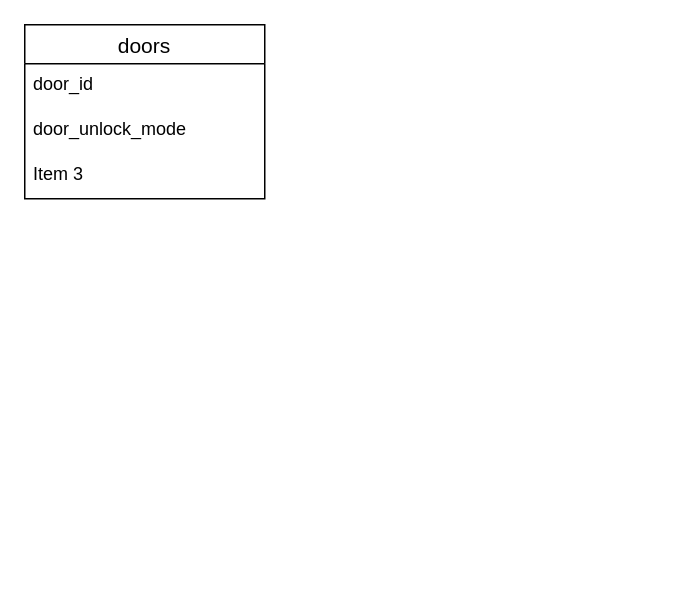
Earlier version of the draw.io diagram architecture.drawio (JoeBenczarski/ECE695). Source tidied: cells renumbered, new cells numbered last; positions are measured from the earlier drawing's top-left corner, leaving out a move shared by most shapes. Both pictures are drawn from the tidied source at 150%, with x=0, y=0 at pixel (24, 24).
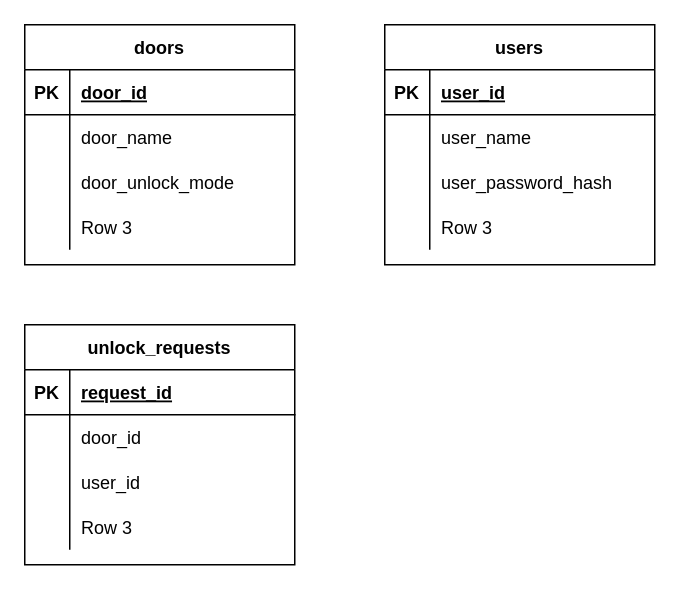
The same diagram, later.

The edit, as a diff of the source:
```diff
@@
-    <mxCell id="2" value="doors" style="swimlane;fontStyle=0;horizontal=1;startSize=26;align=center;fontSize=14;" parent="1" vertex="1">
-      <mxGeometry width="160" height="116" as="geometry" />
+    <mxCell id="2" value="doors" style="shape=table;startSize=30;childLayout=tableLayout;rowLines=0;fontStyle=1;align=center;" parent="1" vertex="1">
+      <mxGeometry width="180" height="160" as="geometry" />
     </mxCell>
-    <mxCell id="3" value="door_id" style="text;strokeColor=none;fillColor=none;spacingLeft=4;spacingRight=4;overflow=hidden;fontSize=12;" parent="2" vertex="1">
-      <mxGeometry y="26" width="160" height="30" as="geometry" />
-    </mxCell>
+    <mxCell id="6" style="shape=tableRow;horizontal=0;startSize=0;swimlaneHead=0;swimlaneBody=0;fillColor=none;top=0;left=0;right=0;bottom=1;" parent="2" vertex="1">
+      <mxGeometry y="30" width="180" height="30" as="geometry" />
+    </mxCell>
+    <mxCell id="7" value="PK" style="shape=partialRectangle;fillColor=none;top=0;left=0;bottom=0;right=0;fontStyle=1;overflow=hidden;" parent="6" vertex="1">
+      <mxGeometry width="30" height="30" as="geometry" />
+    </mxCell>
+    <mxCell id="8" value="door_id" style="shape=partialRectangle;fillColor=none;top=0;left=0;bottom=0;right=0;align=left;spacingLeft=6;fontStyle=5;overflow=hidden;" parent="6" vertex="1">
+      <mxGeometry x="30" width="150" height="30" as="geometry" />
+    </mxCell>
+    <mxCell id="9" style="shape=tableRow;horizontal=0;startSize=0;swimlaneHead=0;swimlaneBody=0;fillColor=none;top=0;left=0;right=0;bottom=0;" parent="2" vertex="1">
+      <mxGeometry y="60" width="180" height="30" as="geometry" />
+    </mxCell>
+    <mxCell id="10" style="shape=partialRectangle;fillColor=none;top=0;left=0;bottom=0;right=0;overflow=hidden;" parent="9" vertex="1">
+      <mxGeometry width="30" height="30" as="geometry" />
+    </mxCell>
+    <mxCell id="11" value="door_name" style="shape=partialRectangle;fillColor=none;top=0;left=0;bottom=0;right=0;align=left;spacingLeft=6;overflow=hidden;" parent="9" vertex="1">
+      <mxGeometry x="30" width="150" height="30" as="geometry" />
+    </mxCell>
+    <mxCell id="12" style="shape=tableRow;horizontal=0;startSize=0;swimlaneHead=0;swimlaneBody=0;fillColor=none;top=0;left=0;right=0;bottom=0;" parent="2" vertex="1">
+      <mxGeometry y="90" width="180" height="30" as="geometry" />
+    </mxCell>
+    <mxCell id="13" style="shape=partialRectangle;fillColor=none;top=0;left=0;bottom=0;right=0;overflow=hidden;" parent="12" vertex="1">
+      <mxGeometry width="30" height="30" as="geometry" />
+    </mxCell>
-    <mxCell id="4" value="door_unlock_mode" style="text;strokeColor=none;fillColor=none;spacingLeft=4;spacingRight=4;overflow=hidden;fontSize=12;" parent="2" vertex="1">
-      <mxGeometry y="56" width="160" height="30" as="geometry" />
+    <mxCell id="4" value="door_unlock_mode" style="shape=partialRectangle;fillColor=none;top=0;left=0;bottom=0;right=0;align=left;spacingLeft=6;overflow=hidden;" parent="12" vertex="1">
+      <mxGeometry x="30" width="150" height="30" as="geometry" />
     </mxCell>
-    <mxCell id="5" value="Item 3" style="text;strokeColor=none;fillColor=none;spacingLeft=4;spacingRight=4;overflow=hidden;fontSize=12;" parent="2" vertex="1">
-      <mxGeometry y="86" width="160" height="30" as="geometry" />
-    </mxCell>
+    <mxCell id="14" style="shape=tableRow;horizontal=0;startSize=0;swimlaneHead=0;swimlaneBody=0;fillColor=none;top=0;left=0;right=0;bottom=0;" parent="2" vertex="1">
+      <mxGeometry y="120" width="180" height="30" as="geometry" />
+    </mxCell>
+    <mxCell id="15" style="shape=partialRectangle;fillColor=none;top=0;left=0;bottom=0;right=0;overflow=hidden;" parent="14" vertex="1">
+      <mxGeometry width="30" height="30" as="geometry" />
+    </mxCell>
+    <mxCell id="16" value="Row 3" style="shape=partialRectangle;fillColor=none;top=0;left=0;bottom=0;right=0;align=left;spacingLeft=6;overflow=hidden;" parent="14" vertex="1">
+      <mxGeometry x="30" width="150" height="30" as="geometry" />
+    </mxCell>
+    <mxCell id="17" value="unlock_requests" style="shape=table;startSize=30;childLayout=tableLayout;rowLines=0;fontStyle=1;align=center;" parent="1" vertex="1">
+      <mxGeometry y="200" width="180" height="160" as="geometry" />
+    </mxCell>
+    <mxCell id="18" style="shape=tableRow;horizontal=0;startSize=0;swimlaneHead=0;swimlaneBody=0;fillColor=none;top=0;left=0;right=0;bottom=1;" parent="17" vertex="1">
+      <mxGeometry y="30" width="180" height="30" as="geometry" />
+    </mxCell>
+    <mxCell id="19" value="PK" style="shape=partialRectangle;fillColor=none;top=0;left=0;bottom=0;right=0;fontStyle=1;overflow=hidden;" parent="18" vertex="1">
+      <mxGeometry width="30" height="30" as="geometry" />
+    </mxCell>
+    <mxCell id="20" value="request_id" style="shape=partialRectangle;fillColor=none;top=0;left=0;bottom=0;right=0;align=left;spacingLeft=6;fontStyle=5;overflow=hidden;" parent="18" vertex="1">
+      <mxGeometry x="30" width="150" height="30" as="geometry" />
+    </mxCell>
+    <mxCell id="21" style="shape=tableRow;horizontal=0;startSize=0;swimlaneHead=0;swimlaneBody=0;fillColor=none;top=0;left=0;right=0;bottom=0;" parent="17" vertex="1">
+      <mxGeometry y="60" width="180" height="30" as="geometry" />
+    </mxCell>
+    <mxCell id="22" style="shape=partialRectangle;fillColor=none;top=0;left=0;bottom=0;right=0;overflow=hidden;" parent="21" vertex="1">
+      <mxGeometry width="30" height="30" as="geometry" />
+    </mxCell>
+    <mxCell id="23" value="door_id" style="shape=partialRectangle;fillColor=none;top=0;left=0;bottom=0;right=0;align=left;spacingLeft=6;overflow=hidden;" parent="21" vertex="1">
+      <mxGeometry x="30" width="150" height="30" as="geometry" />
+    </mxCell>
+    <mxCell id="24" style="shape=tableRow;horizontal=0;startSize=0;swimlaneHead=0;swimlaneBody=0;fillColor=none;top=0;left=0;right=0;bottom=0;" parent="17" vertex="1">
+      <mxGeometry y="90" width="180" height="30" as="geometry" />
+    </mxCell>
+    <mxCell id="25" style="shape=partialRectangle;fillColor=none;top=0;left=0;bottom=0;right=0;overflow=hidden;" parent="24" vertex="1">
+      <mxGeometry width="30" height="30" as="geometry" />
+    </mxCell>
+    <mxCell id="26" value="user_id" style="shape=partialRectangle;fillColor=none;top=0;left=0;bottom=0;right=0;align=left;spacingLeft=6;overflow=hidden;" parent="24" vertex="1">
+      <mxGeometry x="30" width="150" height="30" as="geometry" />
+    </mxCell>
+    <mxCell id="27" style="shape=tableRow;horizontal=0;startSize=0;swimlaneHead=0;swimlaneBody=0;fillColor=none;top=0;left=0;right=0;bottom=0;" parent="17" vertex="1">
+      <mxGeometry y="120" width="180" height="30" as="geometry" />
+    </mxCell>
+    <mxCell id="28" style="shape=partialRectangle;fillColor=none;top=0;left=0;bottom=0;right=0;overflow=hidden;" parent="27" vertex="1">
+      <mxGeometry width="30" height="30" as="geometry" />
+    </mxCell>
+    <mxCell id="29" value="Row 3" style="shape=partialRectangle;fillColor=none;top=0;left=0;bottom=0;right=0;align=left;spacingLeft=6;overflow=hidden;" parent="27" vertex="1">
+      <mxGeometry x="30" width="150" height="30" as="geometry" />
+    </mxCell>
+    <mxCell id="30" value="users" style="shape=table;startSize=30;childLayout=tableLayout;rowLines=0;fontStyle=1;align=center;" parent="1" vertex="1">
+      <mxGeometry x="240" width="180" height="160" as="geometry" />
+    </mxCell>
+    <mxCell id="31" style="shape=tableRow;horizontal=0;startSize=0;swimlaneHead=0;swimlaneBody=0;fillColor=none;top=0;left=0;right=0;bottom=1;" parent="30" vertex="1">
+      <mxGeometry y="30" width="180" height="30" as="geometry" />
+    </mxCell>
+    <mxCell id="32" value="PK" style="shape=partialRectangle;fillColor=none;top=0;left=0;bottom=0;right=0;fontStyle=1;overflow=hidden;" parent="31" vertex="1">
+      <mxGeometry width="30" height="30" as="geometry" />
+    </mxCell>
+    <mxCell id="33" value="user_id" style="shape=partialRectangle;fillColor=none;top=0;left=0;bottom=0;right=0;align=left;spacingLeft=6;fontStyle=5;overflow=hidden;" parent="31" vertex="1">
+      <mxGeometry x="30" width="150" height="30" as="geometry" />
+    </mxCell>
+    <mxCell id="34" style="shape=tableRow;horizontal=0;startSize=0;swimlaneHead=0;swimlaneBody=0;fillColor=none;top=0;left=0;right=0;bottom=0;" parent="30" vertex="1">
+      <mxGeometry y="60" width="180" height="30" as="geometry" />
+    </mxCell>
+    <mxCell id="35" style="shape=partialRectangle;fillColor=none;top=0;left=0;bottom=0;right=0;overflow=hidden;" parent="34" vertex="1">
+      <mxGeometry width="30" height="30" as="geometry" />
+    </mxCell>
+    <mxCell id="36" value="user_name" style="shape=partialRectangle;fillColor=none;top=0;left=0;bottom=0;right=0;align=left;spacingLeft=6;overflow=hidden;" parent="34" vertex="1">
+      <mxGeometry x="30" width="150" height="30" as="geometry" />
+    </mxCell>
+    <mxCell id="37" style="shape=tableRow;horizontal=0;startSize=0;swimlaneHead=0;swimlaneBody=0;fillColor=none;top=0;left=0;right=0;bottom=0;" parent="30" vertex="1">
+      <mxGeometry y="90" width="180" height="30" as="geometry" />
+    </mxCell>
+    <mxCell id="38" style="shape=partialRectangle;fillColor=none;top=0;left=0;bottom=0;right=0;overflow=hidden;" parent="37" vertex="1">
+      <mxGeometry width="30" height="30" as="geometry" />
+    </mxCell>
+    <mxCell id="39" value="user_password_hash" style="shape=partialRectangle;fillColor=none;top=0;left=0;bottom=0;right=0;align=left;spacingLeft=6;overflow=hidden;" parent="37" vertex="1">
+      <mxGeometry x="30" width="150" height="30" as="geometry" />
+    </mxCell>
+    <mxCell id="40" style="shape=tableRow;horizontal=0;startSize=0;swimlaneHead=0;swimlaneBody=0;fillColor=none;top=0;left=0;right=0;bottom=0;" parent="30" vertex="1">
+      <mxGeometry y="120" width="180" height="30" as="geometry" />
+    </mxCell>
+    <mxCell id="41" style="shape=partialRectangle;fillColor=none;top=0;left=0;bottom=0;right=0;overflow=hidden;" parent="40" vertex="1">
+      <mxGeometry width="30" height="30" as="geometry" />
+    </mxCell>
+    <mxCell id="42" value="Row 3" style="shape=partialRectangle;fillColor=none;top=0;left=0;bottom=0;right=0;align=left;spacingLeft=6;overflow=hidden;" parent="40" vertex="1">
+      <mxGeometry x="30" width="150" height="30" as="geometry" />
+    </mxCell>
```
